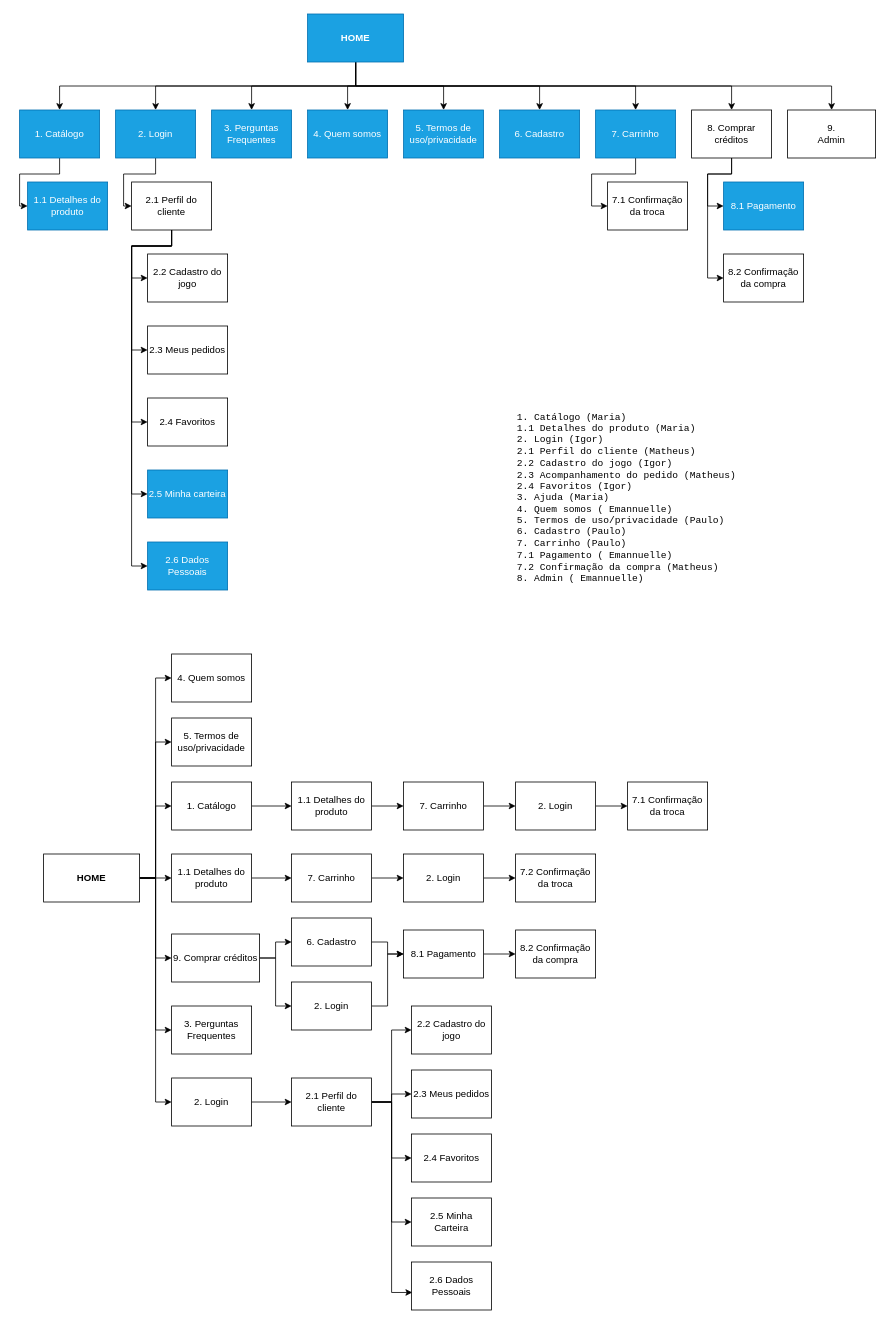
Above: page "Site map" (1 of 22) of wireframe.drawio in pdaambrosio/dh_group_5 (draw.io), before the change. Source tidied: cells renumbered, new cells numbered last; positions are measured from the earlier drawing's top-left corner, leaving out a move shared by most shapes. Both pictures are drawn from the tidied source at 80%, with x=0, y=0 at pixel (19, 14).
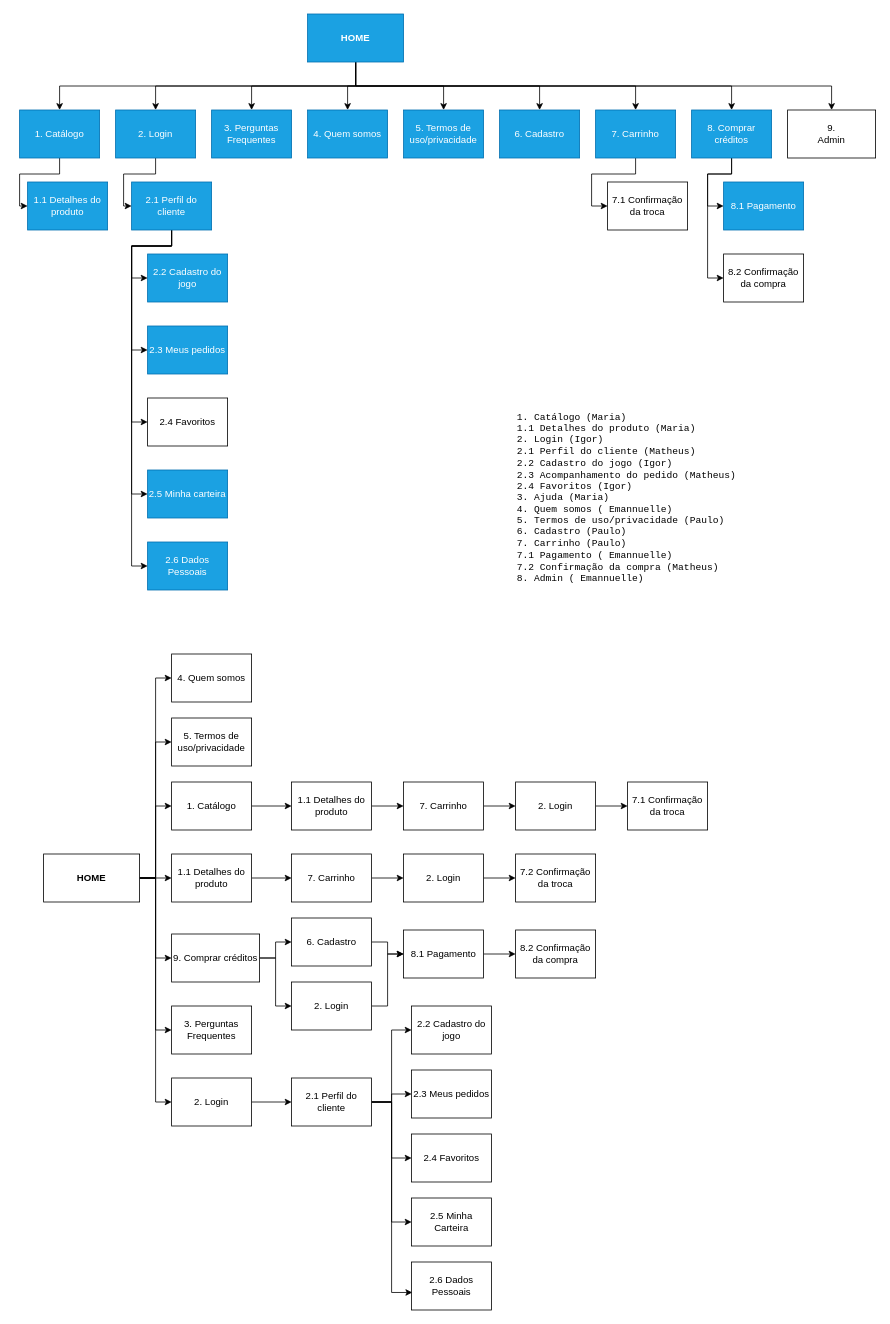
Above is the later version.

Change to the diagram source:
```diff
@@
-    <mxCell id="28" value="2.1 Perfil do cliente" style="rounded=0;whiteSpace=wrap;html=1;" parent="1" vertex="1">
+    <mxCell id="28" value="2.1 Perfil do cliente" style="rounded=0;whiteSpace=wrap;html=1;fillColor=#1ba1e2;strokeColor=#006EAF;fontColor=#ffffff;" parent="1" vertex="1">
       <mxGeometry x="140" y="210" width="100" height="60" as="geometry" />
     </mxCell>
-    <mxCell id="29" value="2.2 Cadastro do jogo" style="rounded=0;whiteSpace=wrap;html=1;" parent="1" vertex="1">
+    <mxCell id="29" value="2.2 Cadastro do jogo" style="rounded=0;whiteSpace=wrap;html=1;fillColor=#1ba1e2;strokeColor=#006EAF;fontColor=#ffffff;" parent="1" vertex="1">
       <mxGeometry x="160" y="300" width="100" height="60" as="geometry" />
     </mxCell>
-    <mxCell id="30" value="2.3 Meus pedidos" style="rounded=0;whiteSpace=wrap;html=1;verticalAlign=middle;" parent="1" vertex="1">
+    <mxCell id="30" value="2.3 Meus pedidos" style="rounded=0;whiteSpace=wrap;html=1;verticalAlign=middle;fillColor=#1ba1e2;strokeColor=#006EAF;fontColor=#ffffff;" parent="1" vertex="1">
       <mxGeometry x="160" y="390" width="100" height="60" as="geometry" />
     </mxCell>
@@
-    <mxCell id="37" value="8. Comprar créditos" style="rounded=0;whiteSpace=wrap;html=1;" parent="1" vertex="1">
+    <mxCell id="37" value="8. Comprar créditos" style="rounded=0;whiteSpace=wrap;html=1;fillColor=#1ba1e2;strokeColor=#006EAF;fontColor=#ffffff;" parent="1" vertex="1">
       <mxGeometry x="840" y="120" width="100" height="60" as="geometry" />
     </mxCell>
```
